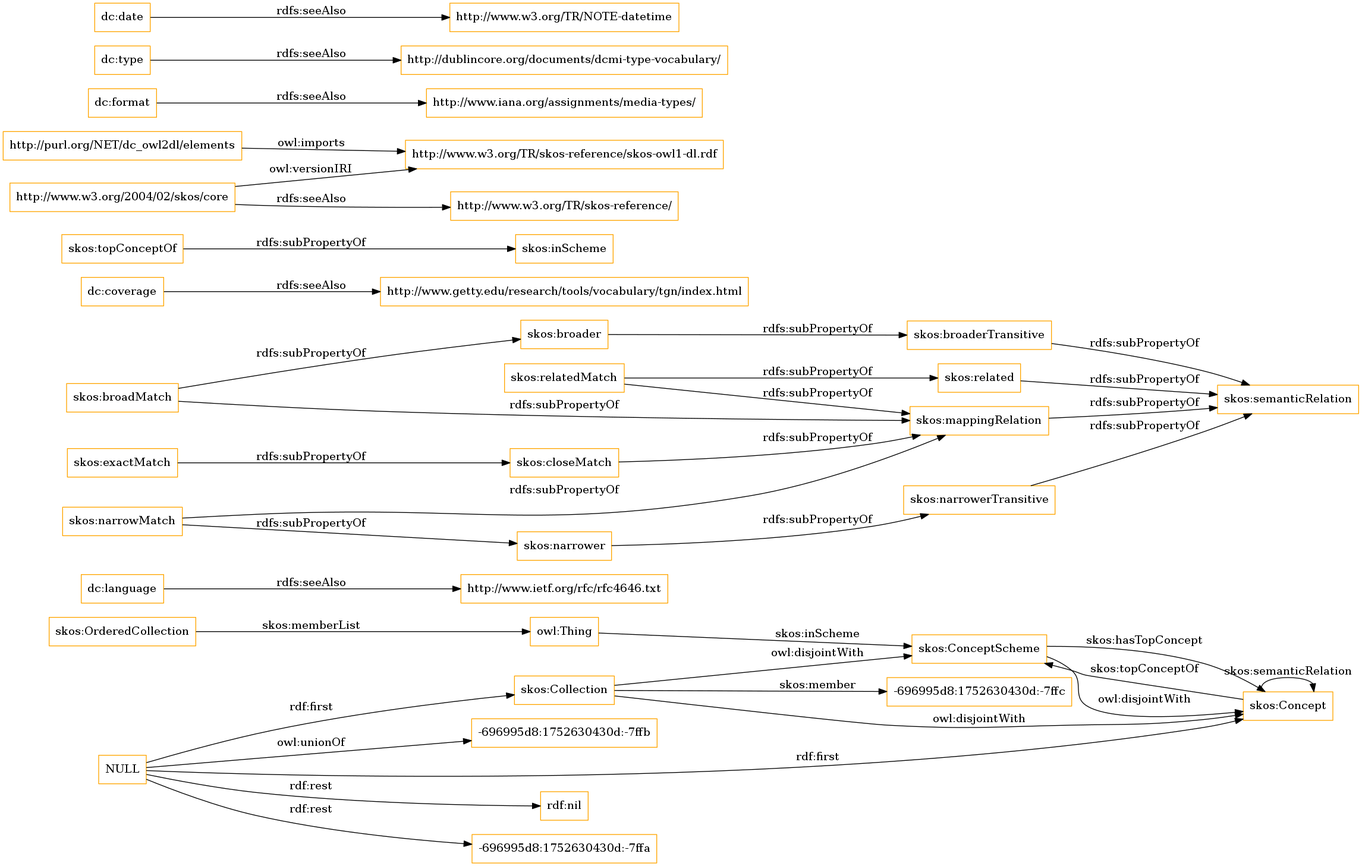
Earlier version of the Graphviz export OnToology/imports/elements.owl/diagrams/ar2dtool-class/elements.owl.png (OnToologyUser/core-ontology-1). Its source is kept beside it as OnToology/imports/elements.owl/diagrams/ar2dtool-class/elements.owl.png.dot.
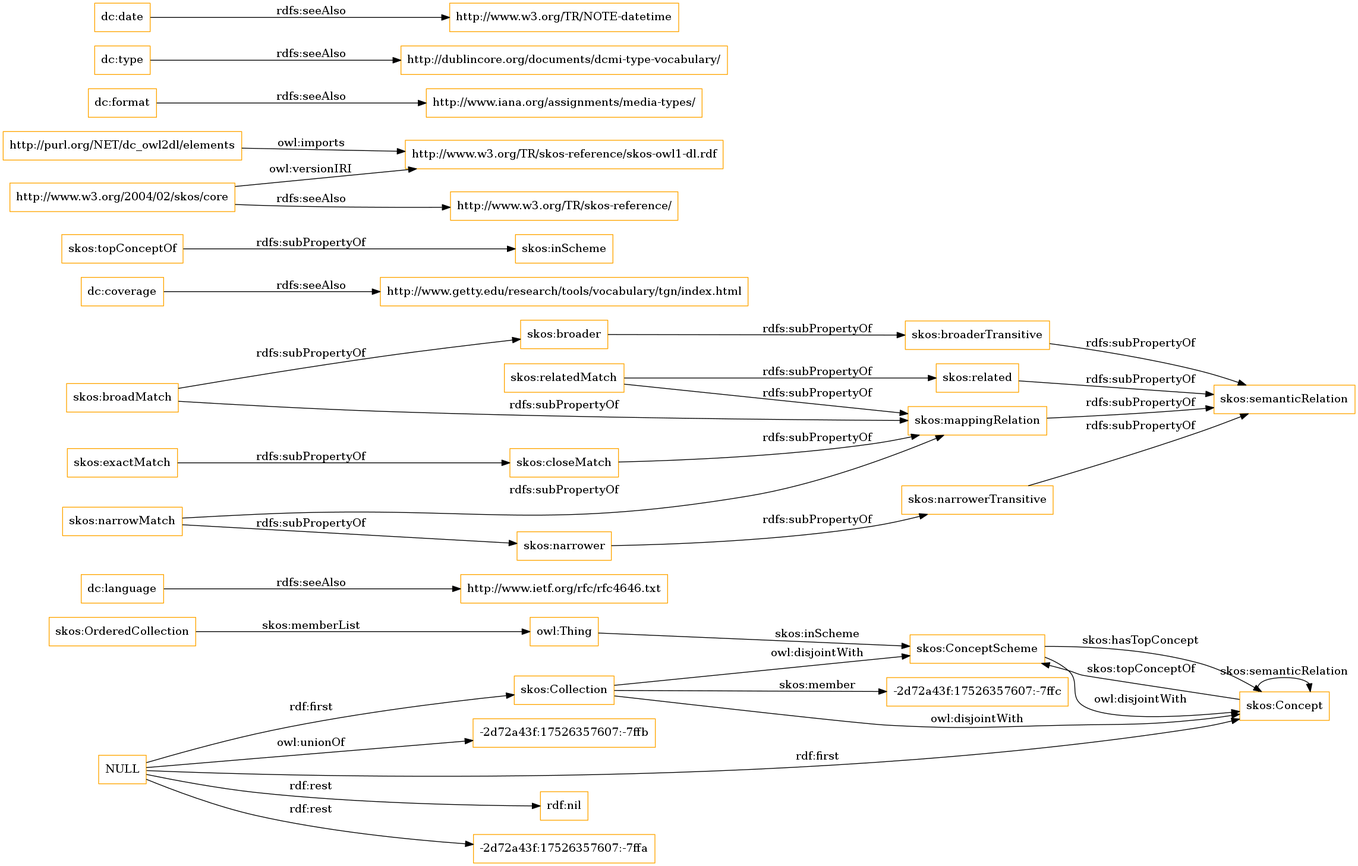
The same file after the commit.

Change to the diagram source:
```diff
@@ -1,13 +1,13 @@
 digraph ar2dtool_diagram {
 rankdir=LR;
 size="1501"
-node [shape = rectangle, color="orange"]; "-696995d8:1752630430d:-7ffc" "skos:OrderedCollection" "skos:Collection" "skos:ConceptScheme" "skos:Concept" ; /*classes style*/
+node [shape = rectangle, color="orange"]; "-2d72a43f:17526357607:-7ffc" "skos:OrderedCollection" "skos:Collection" "skos:ConceptScheme" "skos:Concept" ; /*classes style*/
 	"dc:language" -> "http://www.ietf.org/rfc/rfc4646.txt" [ label = "rdfs:seeAlso" ];
 	"NULL" -> "rdf:nil" [ label = "rdf:rest" ];
 	"NULL" -> "skos:Collection" [ label = "rdf:first" ];
-	"NULL" -> "-696995d8:1752630430d:-7ffa" [ label = "rdf:rest" ];
+	"NULL" -> "-2d72a43f:17526357607:-7ffa" [ label = "rdf:rest" ];
 	"NULL" -> "skos:Concept" [ label = "rdf:first" ];
-	"NULL" -> "-696995d8:1752630430d:-7ffb" [ label = "owl:unionOf" ];
+	"NULL" -> "-2d72a43f:17526357607:-7ffb" [ label = "owl:unionOf" ];
 	"skos:closeMatch" -> "skos:mappingRelation" [ label = "rdfs:subPropertyOf" ];
 	"dc:coverage" -> "http://www.getty.edu/research/tools/vocabulary/tgn/index.html" [ label = "rdfs:seeAlso" ];
 	"skos:relatedMatch" -> "skos:related" [ label = "rdfs:subPropertyOf" ];
@@ -36,7 +36,7 @@
 	"skos:OrderedCollection" -> "owl:Thing" [ label = "skos:memberList" ];
 	"skos:Concept" -> "skos:ConceptScheme" [ label = "skos:topConceptOf" ];
 	"skos:Concept" -> "skos:Concept" [ label = "skos:semanticRelation" ];
-	"skos:Collection" -> "-696995d8:1752630430d:-7ffc" [ label = "skos:member" ];
+	"skos:Collection" -> "-2d72a43f:17526357607:-7ffc" [ label = "skos:member" ];
 	"skos:ConceptScheme" -> "skos:Concept" [ label = "skos:hasTopConcept" ];
 	"owl:Thing" -> "skos:ConceptScheme" [ label = "skos:inScheme" ];
 
```
